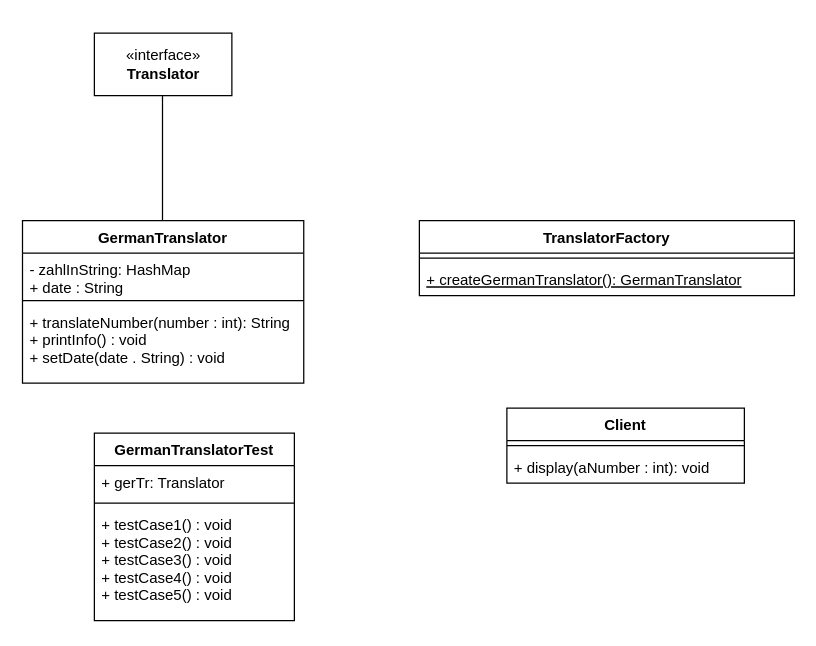
simonbiwer/se1 keeps this draw.io diagram as KlassenUebung1.drawio.xml. Above is the earlier version. Source tidied: cells renumbered, new cells numbered last; positions are measured from the earlier drawing's top-left corner, leaving out a move shared by most shapes. Both pictures are drawn from the tidied source at 125%, with x=0, y=0 at pixel (21, 32).
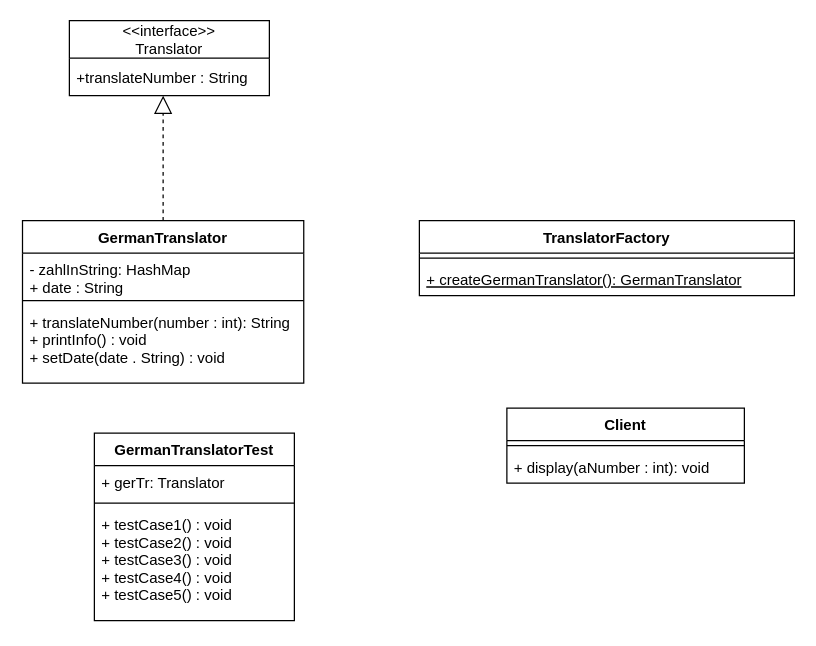
The same page after the edit.

Unchanged cells that the change refers to:
```xml
<mxCell id="3" value="GermanTranslator" style="swimlane;fontStyle=1;align=center;verticalAlign=top;horizontal=1;startSize=26;" parent="1" vertex="1">
  <mxGeometry x="0.5" y="150" width="225" height="130" as="geometry" />
</mxCell>
```

Change to the diagram source:
```diff
@@
-    <mxCell id="2" value="«interface»&lt;br&gt;&lt;b&gt;Translator&lt;/b&gt;" style="html=1;" parent="1" vertex="1">
-      <mxGeometry x="58" width="110" height="50" as="geometry" />
-    </mxCell>
@@
-    <mxCell id="7" style="endArrow=none;html=1;rounded=0;edgeStyle=orthogonalEdgeStyle;" parent="1" edge="1">
-      <mxGeometry relative="1" as="geometry">
-        <mxPoint x="112.5" y="140" as="sourcePoint" />
-        <mxPoint x="112.5" y="50" as="targetPoint" />
-        <Array as="points">
-          <mxPoint x="112.5" y="150" />
-          <mxPoint x="112.5" y="150" />
-        </Array>
-      </mxGeometry>
-    </mxCell>
@@
+    <mxCell id="18" style="endArrow=block;dashed=1;endFill=0;endSize=12;html=1;rounded=0;edgeStyle=orthogonalEdgeStyle;exitX=0.5;exitY=0;exitDx=0;exitDy=0;" parent="1" edge="1" source="3">
+      <mxGeometry relative="1" as="geometry">
+        <mxPoint x="113" y="50" as="targetPoint" />
+      </mxGeometry>
+    </mxCell>
+    <mxCell id="19" value="&lt;&lt;interface&gt;&gt;&#10;Translator" style="swimlane;fontStyle=0;horizontal=1;startSize=30;" parent="1" vertex="1">
+      <mxGeometry x="38" y="-10" width="160" height="60" as="geometry" />
+    </mxCell>
+    <mxCell id="20" value="+translateNumber : String" style="text;strokeColor=none;fillColor=none;align=left;verticalAlign=middle;spacingLeft=4;spacingRight=4;overflow=hidden;" parent="19" vertex="1">
+      <mxGeometry y="30" width="160" height="30" as="geometry" />
+    </mxCell>
```
